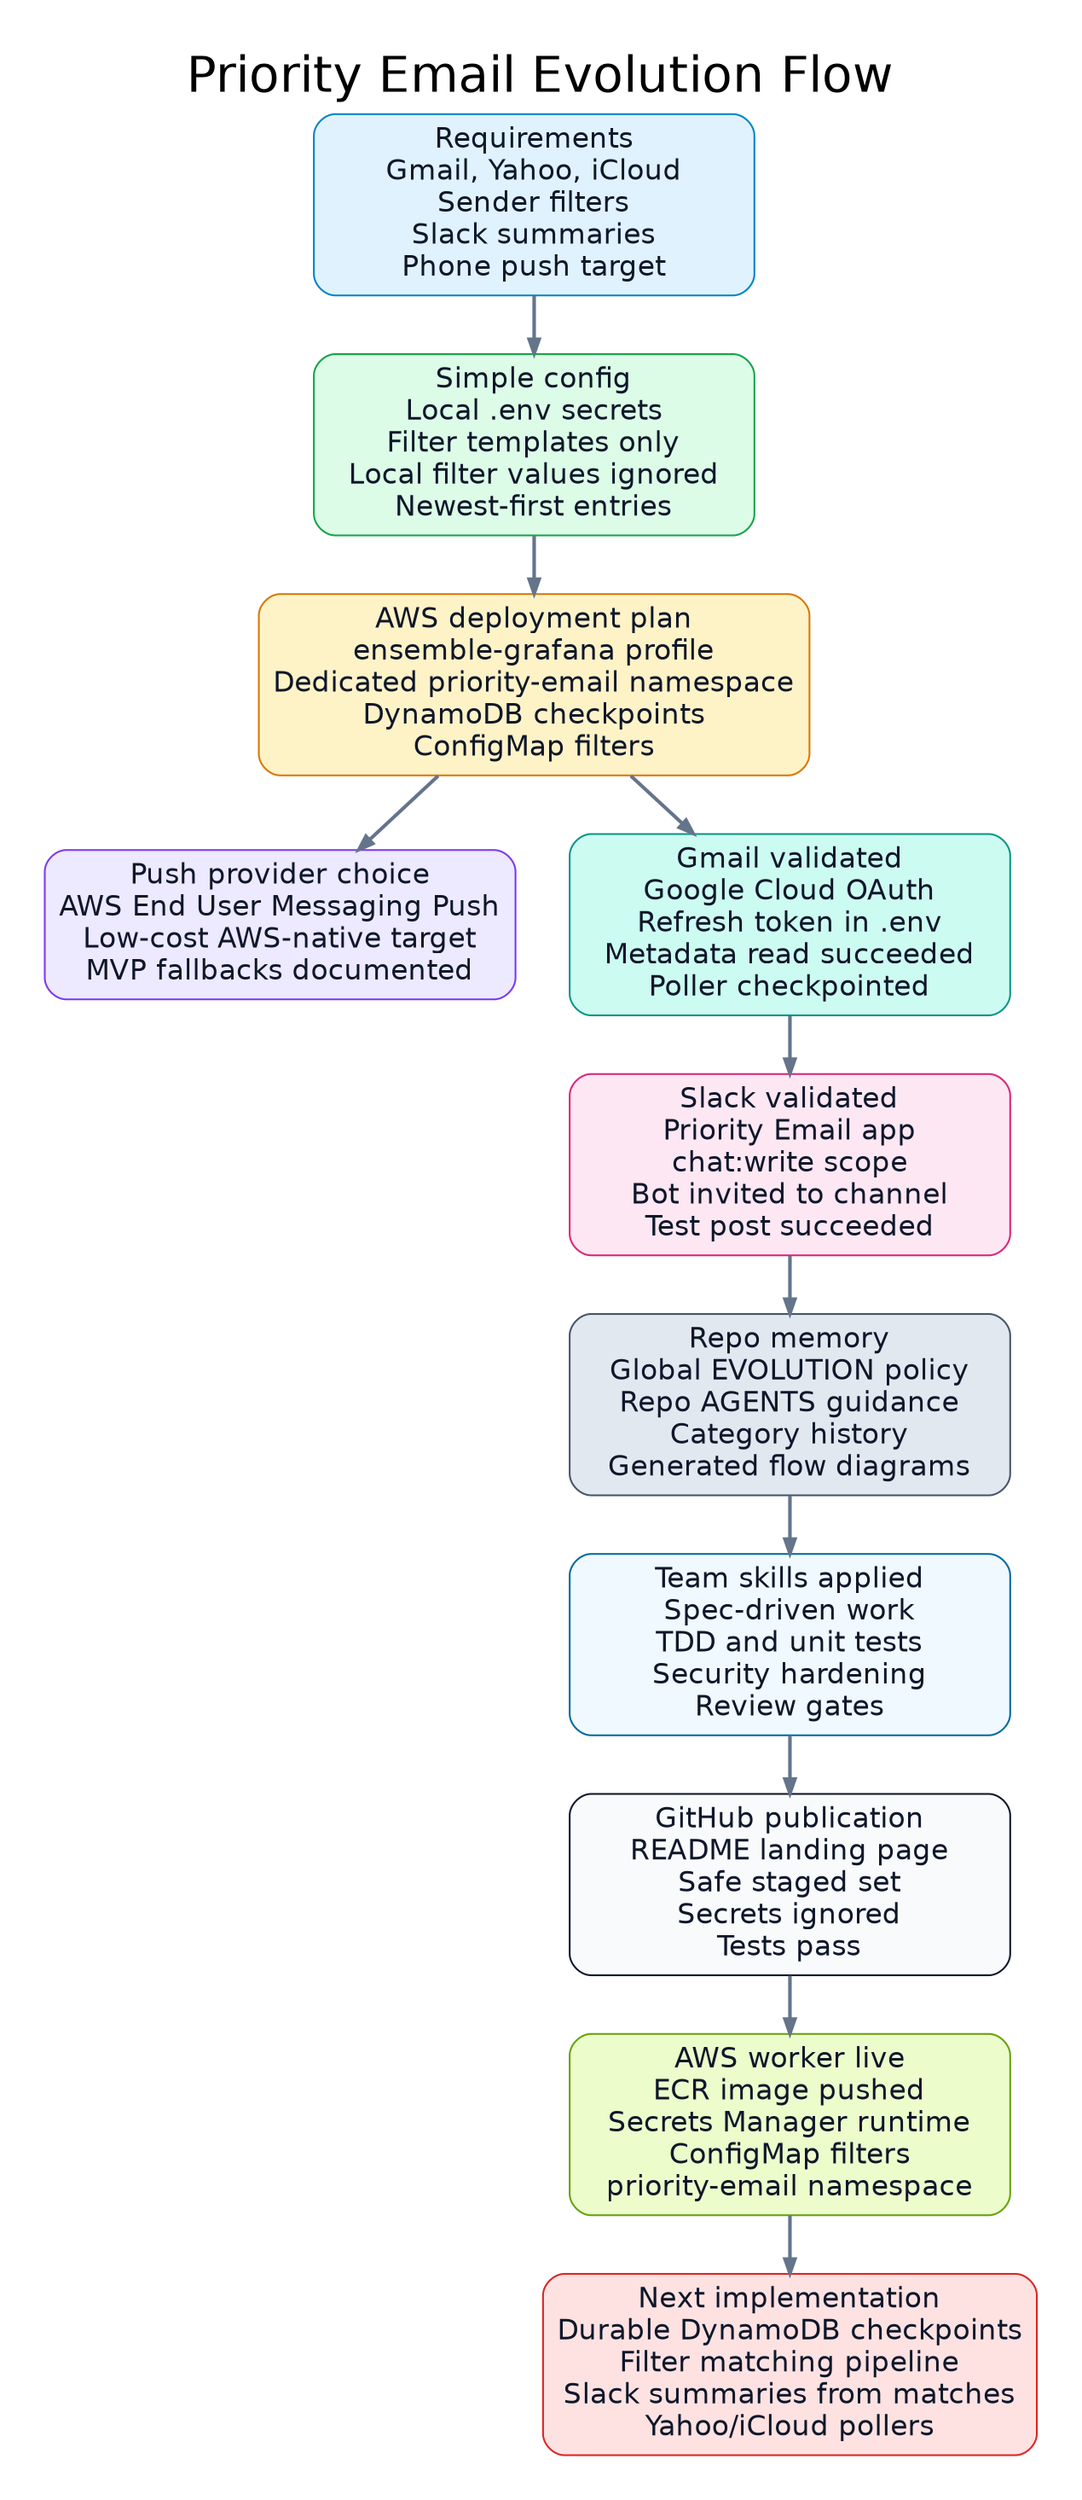
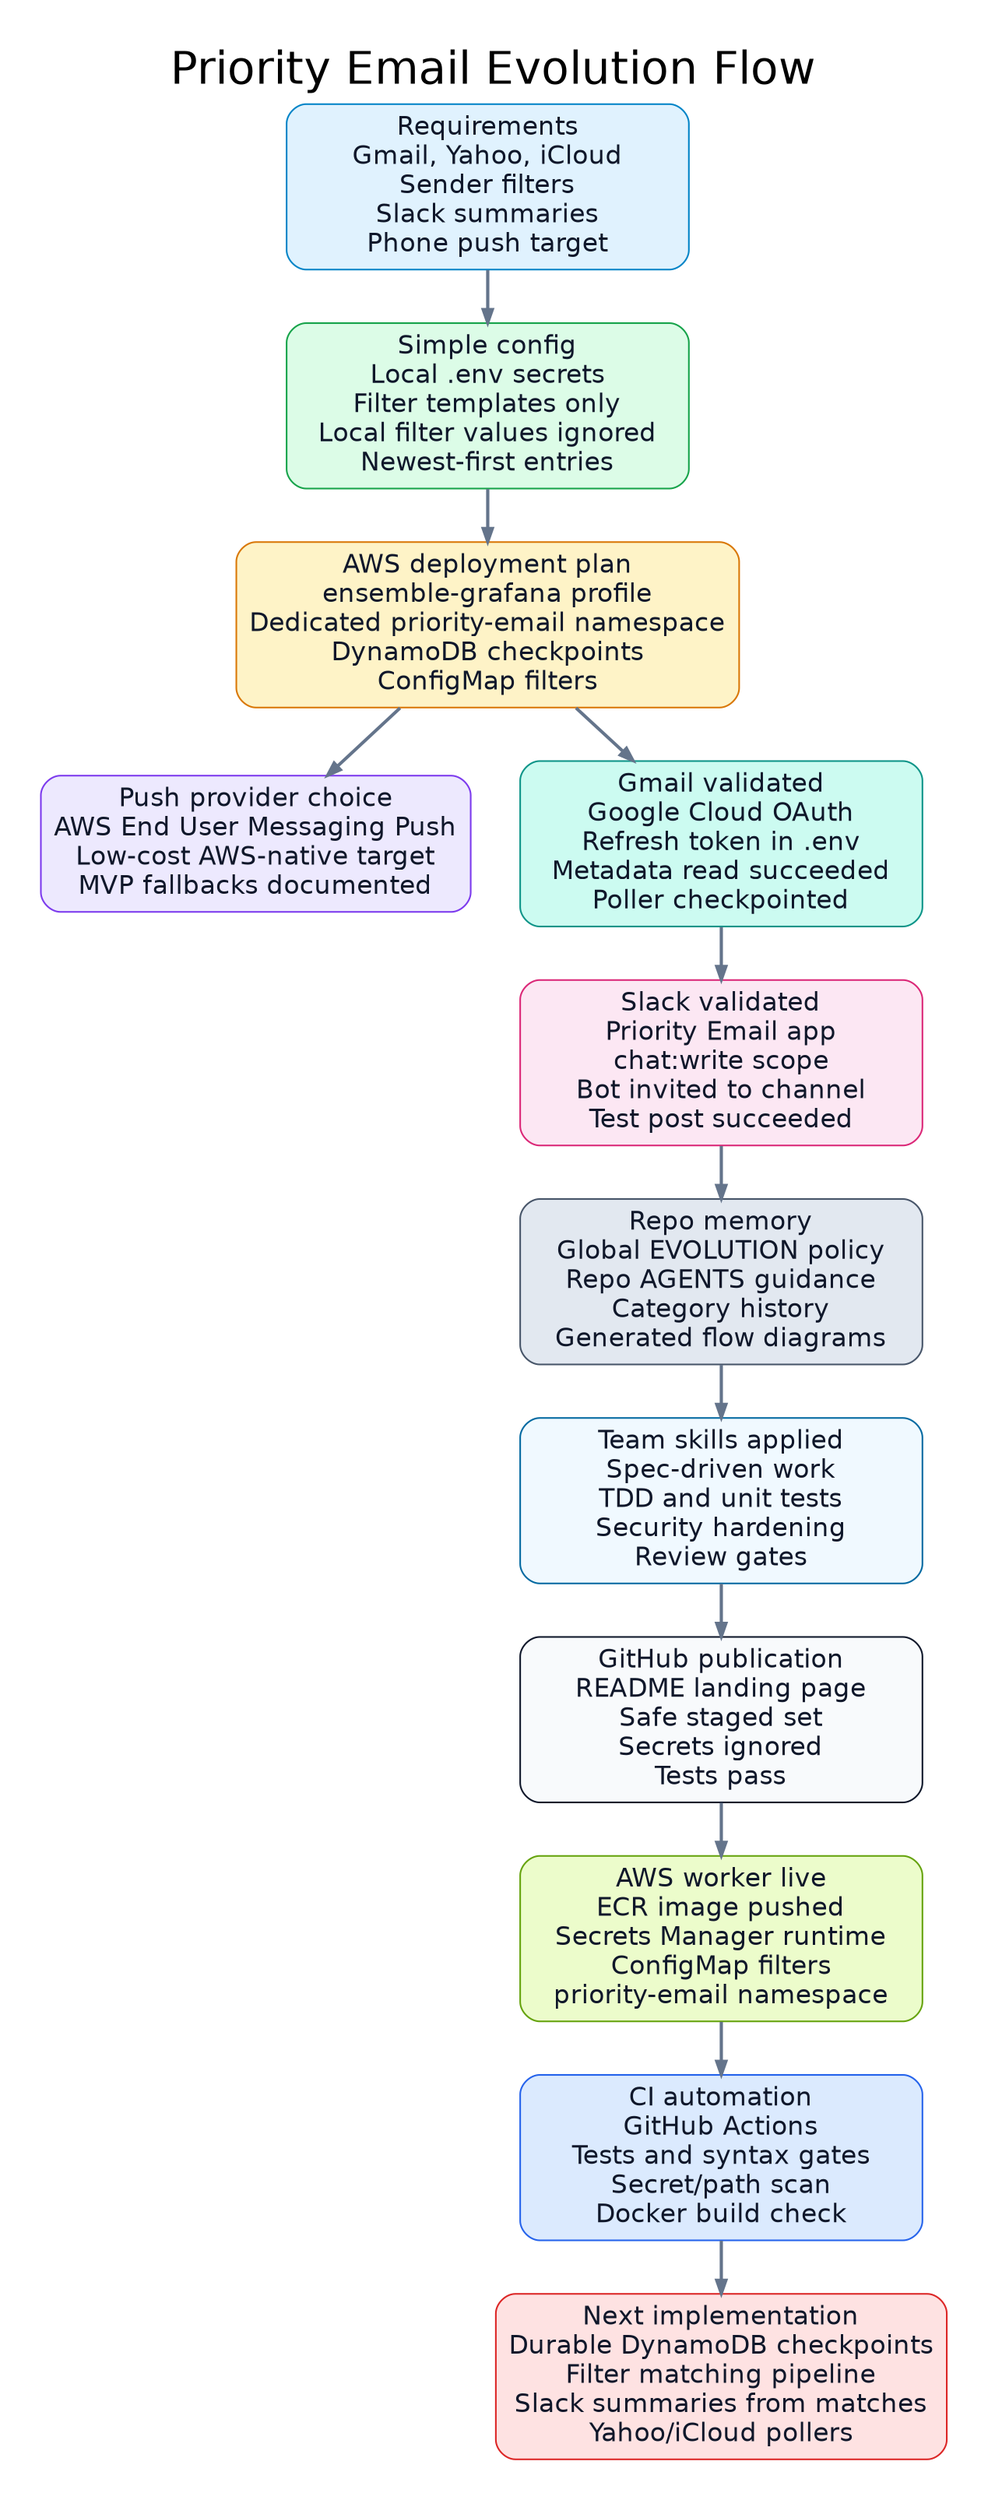
digraph priority_email_evolution_flow {
  graph [
    rankdir=TB,
    bgcolor="#ffffff",
    pad="0.35",
    nodesep="0.42",
    ranksep="0.46",
    fontname="Helvetica",
    fontsize=28,
    labelloc="t",
    label="Priority Email Evolution Flow"
  ];

  node [
    shape=box,
    style="rounded,filled",
    fontname="Helvetica",
    fontsize=16,
    margin="0.11,0.08",
    width=3.45,
    color="#334155",
    fontcolor="#0f172a"
  ];

  edge [
    color="#64748b",
    arrowsize=0.8,
    penwidth=2,
    fontname="Helvetica",
    fontsize=12,
    fontcolor="#334155"
  ];

  requirements [
    label="Requirements\nGmail, Yahoo, iCloud\nSender filters\nSlack summaries\nPhone push target",
    fillcolor="#e0f2fe",
    color="#0284c7"
  ];

  config [
    label="Simple config\nLocal .env secrets\nFilter templates only\nLocal filter values ignored\nNewest-first entries",
    fillcolor="#dcfce7",
    color="#16a34a"
  ];

  deployment [
    label="AWS deployment plan\nensemble-grafana profile\nDedicated priority-email namespace\nDynamoDB checkpoints\nConfigMap filters",
    fillcolor="#fef3c7",
    color="#d97706"
  ];

  push [
    label="Push provider choice\nAWS End User Messaging Push\nLow-cost AWS-native target\nMVP fallbacks documented",
    fillcolor="#ede9fe",
    color="#7c3aed"
  ];

  gmail [
    label="Gmail validated\nGoogle Cloud OAuth\nRefresh token in .env\nMetadata read succeeded\nPoller checkpointed",
    fillcolor="#ccfbf1",
    color="#0d9488"
  ];

  slack [
    label="Slack validated\nPriority Email app\nchat:write scope\nBot invited to channel\nTest post succeeded",
    fillcolor="#fce7f3",
    color="#db2777"
  ];

  policy [
    label="Repo memory\nGlobal EVOLUTION policy\nRepo AGENTS guidance\nCategory history\nGenerated flow diagrams",
    fillcolor="#e2e8f0",
    color="#475569"
  ];

  quality [
    label="Team skills applied\nSpec-driven work\nTDD and unit tests\nSecurity hardening\nReview gates",
    fillcolor="#f0f9ff",
    color="#0369a1"
  ];

  github [
    label="GitHub publication\nREADME landing page\nSafe staged set\nSecrets ignored\nTests pass",
    fillcolor="#f8fafc",
    color="#0f172a"
  ];

  aws_live [
    label="AWS worker live\nECR image pushed\nSecrets Manager runtime\nConfigMap filters\npriority-email namespace",
    fillcolor="#ecfccb",
    color="#65a30d"
  ];

+   ci [
+     label="CI automation\nGitHub Actions\nTests and syntax gates\nSecret/path scan\nDocker build check",
+     fillcolor="#dbeafe",
+     color="#2563eb"
+   ];
+ 
  next [
    label="Next implementation\nDurable DynamoDB checkpoints\nFilter matching pipeline\nSlack summaries from matches\nYahoo/iCloud pollers",
    fillcolor="#fee2e2",
    color="#dc2626"
  ];

  requirements -> config;
  config -> deployment;
  deployment -> push;
  deployment -> gmail;
  gmail -> slack;
  slack -> policy;
  policy -> quality;
  quality -> github;
  github -> aws_live;
-   aws_live -> next;
+   aws_live -> ci;
+   ci -> next;
}
